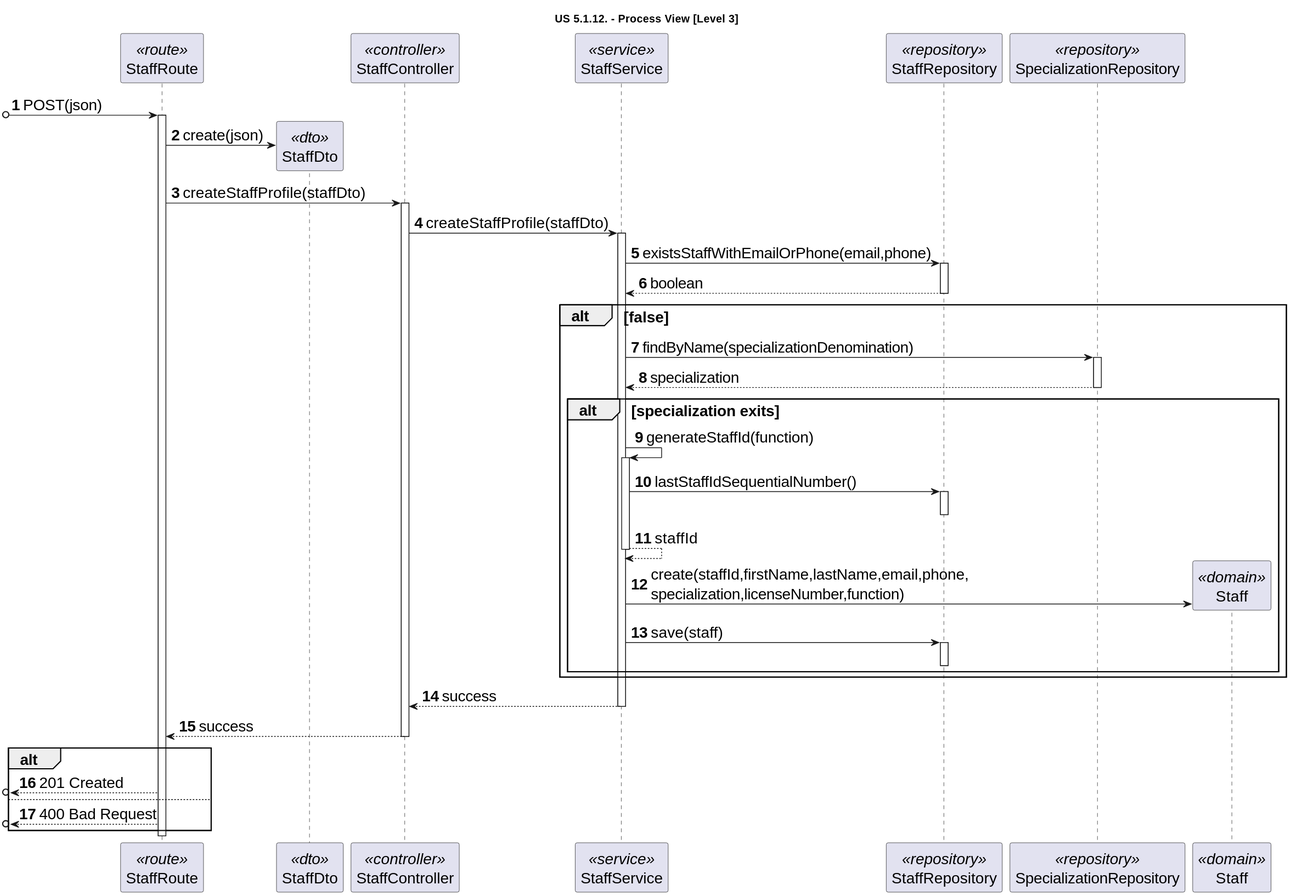
Before: docs/sprint-1/1220841/us-5.1.12/diagrams/level-3-process-view.svg, a diagram exported from PlantUML (rita-barbosa/LAPR5-2425).
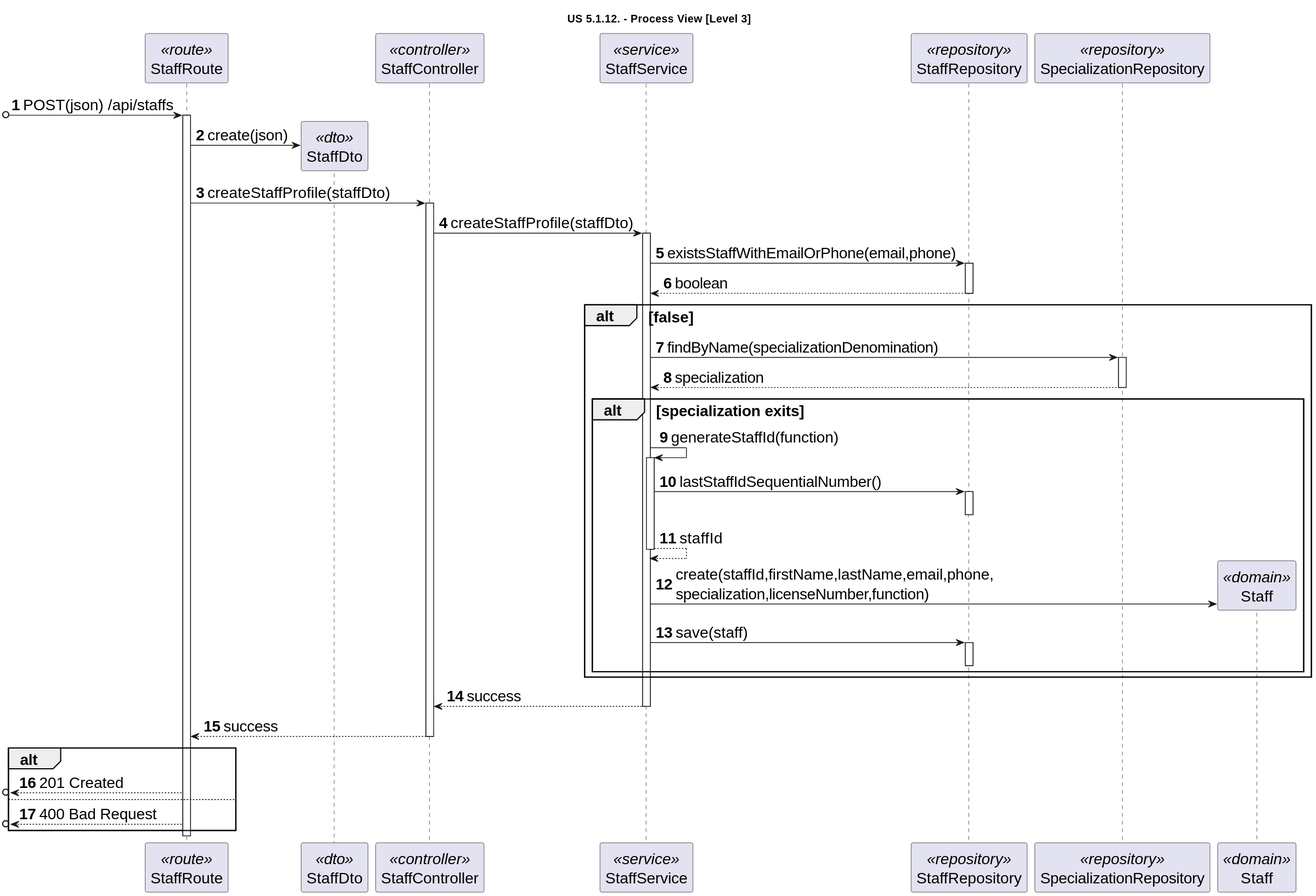
Later version of the same file.

Commit message:
DG38-185 | docs: updates diagrams to reflect route change.

What changed in the source:
```diff
@@ -13,7 +13,7 @@
 participant "Staff" as pat <<domain>>
 
 
-[o-> ROUTE: POST(json)
+[o-> ROUTE: POST(json) /api/staffs
 activate ROUTE
 
 ROUTE -> pat_dto **: create(json)
```
